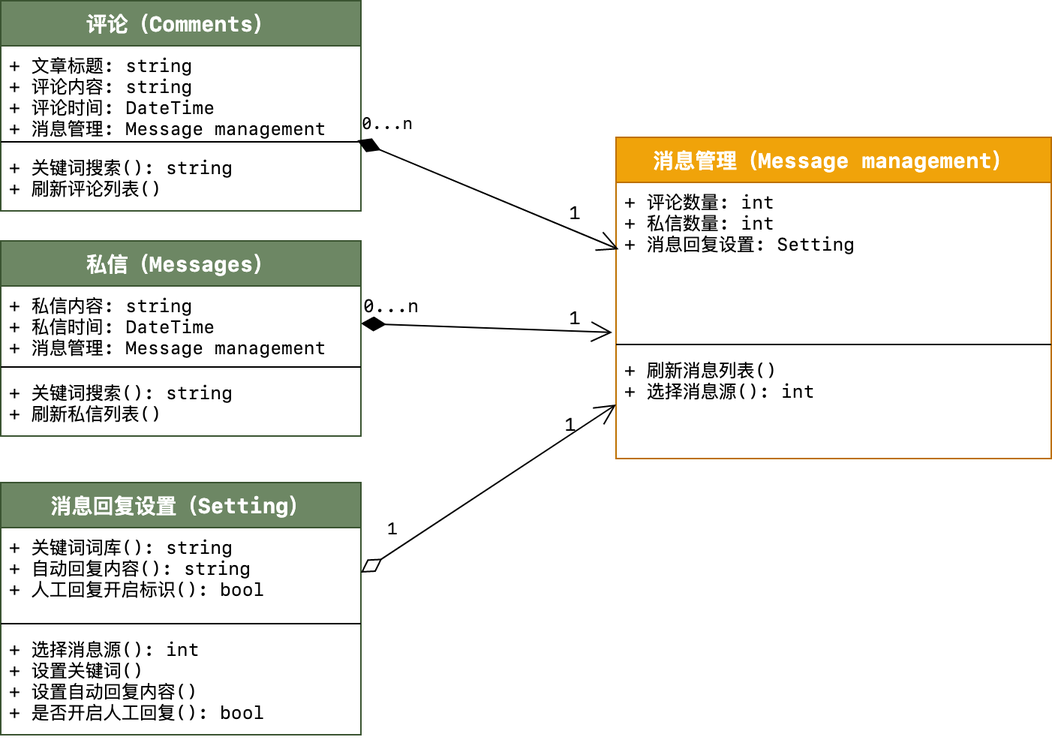
zan-press/diagram keeps this draw.io diagram as 1-SoftwareRequirements/Messages/msg_class.png. Above is the earlier version. Source tidied: cells renumbered, new cells last; positions are measured from the earlier drawing's top-left corner, leaving out a move shared by most shapes.
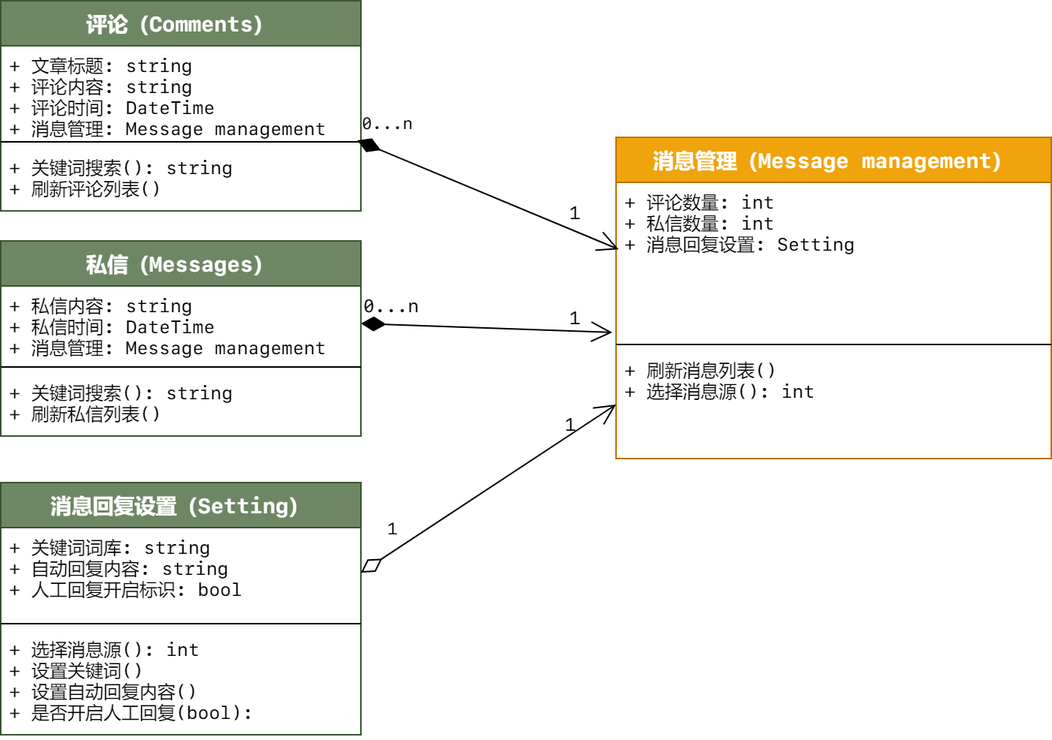
The same file after the commit.

Diff of the diagram source:
```diff
@@ -40,13 +40,13 @@
     <mxCell id="13" value="消息回复设置（Setting）" style="swimlane;fontStyle=1;align=center;verticalAlign=top;horizontal=1;startSize=30;fontSize=14;fillColor=#6d8764;strokeColor=#3A5431;fontColor=#ffffff;fontFamily=SF Mono;" parent="1" vertex="1">
       <mxGeometry y="321" width="240" height="168" as="geometry" />
     </mxCell>
-    <mxCell id="14" value="+ 关键词词库(): string&#10;+ 自动回复内容(): string&#10;+ 人工回复开启标识(): bool" style="text;strokeColor=none;fillColor=none;align=left;verticalAlign=top;spacingLeft=4;spacingRight=4;overflow=hidden;points=[[0,0.5],[1,0.5]];portConstraint=eastwest;fontFamily=SF Mono;" parent="13" vertex="1">
+    <mxCell id="14" value="+ 关键词词库: string&#10;+ 自动回复内容: string&#10;+ 人工回复开启标识: bool" style="text;strokeColor=none;fillColor=none;align=left;verticalAlign=top;spacingLeft=4;spacingRight=4;overflow=hidden;points=[[0,0.5],[1,0.5]];portConstraint=eastwest;fontFamily=SF Mono;" parent="13" vertex="1">
       <mxGeometry y="30" width="240" height="60" as="geometry" />
     </mxCell>
     <mxCell id="15" style="line;strokeWidth=1;fillColor=none;align=left;verticalAlign=middle;spacingTop=-1;spacingLeft=3;spacingRight=3;labelPosition=right;fontFamily=SF Mono;" parent="13" vertex="1">
       <mxGeometry y="90" width="240" height="8" as="geometry" />
     </mxCell>
-    <mxCell id="16" value="+ 选择消息源(): int&#10;+ 设置关键词()&#10;+ 设置自动回复内容()&#10;+ 是否开启人工回复(): bool" style="text;strokeColor=none;fillColor=none;align=left;verticalAlign=top;spacingLeft=4;spacingRight=4;overflow=hidden;fontFamily=SF Mono;" parent="13" vertex="1">
+    <mxCell id="16" value="+ 选择消息源(): int&#10;+ 设置关键词()&#10;+ 设置自动回复内容()&#10;+ 是否开启人工回复(bool): " style="text;strokeColor=none;fillColor=none;align=left;verticalAlign=top;spacingLeft=4;spacingRight=4;overflow=hidden;fontFamily=SF Mono;" parent="13" vertex="1">
       <mxGeometry y="98" width="240" height="70" as="geometry" />
     </mxCell>
     <mxCell id="17" value="评论（Comments）" style="swimlane;fontStyle=1;align=center;verticalAlign=top;horizontal=1;startSize=30;fontSize=14;fillColor=#6d8764;strokeColor=#3A5431;fontColor=#ffffff;fontFamily=SF Mono;" parent="1" vertex="1">
```
